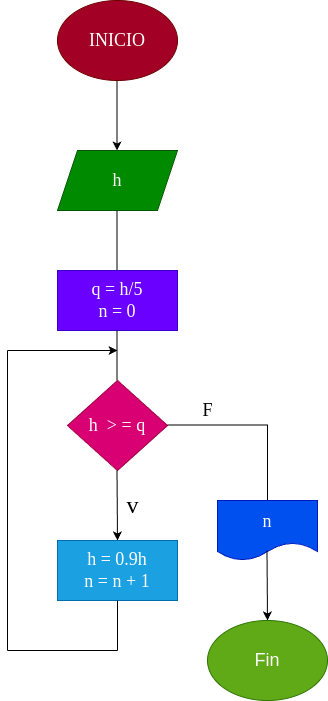
This is diagrama.png from SamyrArchila/While_2, a draw.io export, as it was before one commit. Source tidied: cells renumbered, new cells last; positions are measured from the earlier drawing's top-left corner, leaving out a move shared by most shapes.
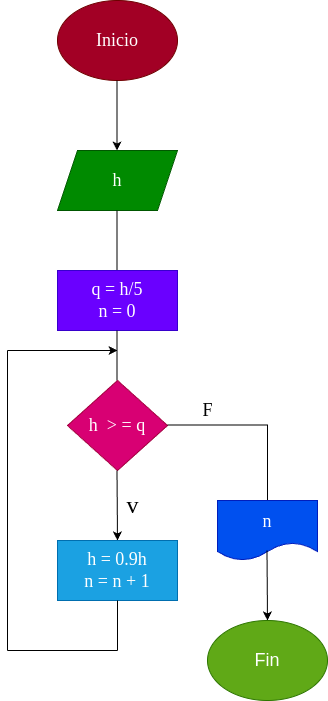
The same file after the commit.

Diff of the diagram source:
```diff
@@ -2,7 +2,7 @@
   <root>
     <mxCell id="0" />
     <mxCell id="1" parent="0" />
-    <mxCell id="2" value="&lt;font face=&quot;Tahoma&quot; style=&quot;font-size: 18px;&quot;&gt;INICIO&lt;/font&gt;" style="ellipse;whiteSpace=wrap;html=1;fillColor=#a20025;fontColor=#ffffff;strokeColor=#6F0000;" parent="1" vertex="1">
+    <mxCell id="2" value="&lt;font face=&quot;Tahoma&quot;&gt;&lt;span style=&quot;font-size: 18px;&quot;&gt;Inicio&lt;/span&gt;&lt;/font&gt;" style="ellipse;whiteSpace=wrap;html=1;fillColor=#a20025;fontColor=#ffffff;strokeColor=#6F0000;" parent="1" vertex="1">
       <mxGeometry x="50" width="120" height="80" as="geometry" />
     </mxCell>
     <mxCell id="3" style="endArrow=classic;html=1;" parent="1" edge="1">
```
